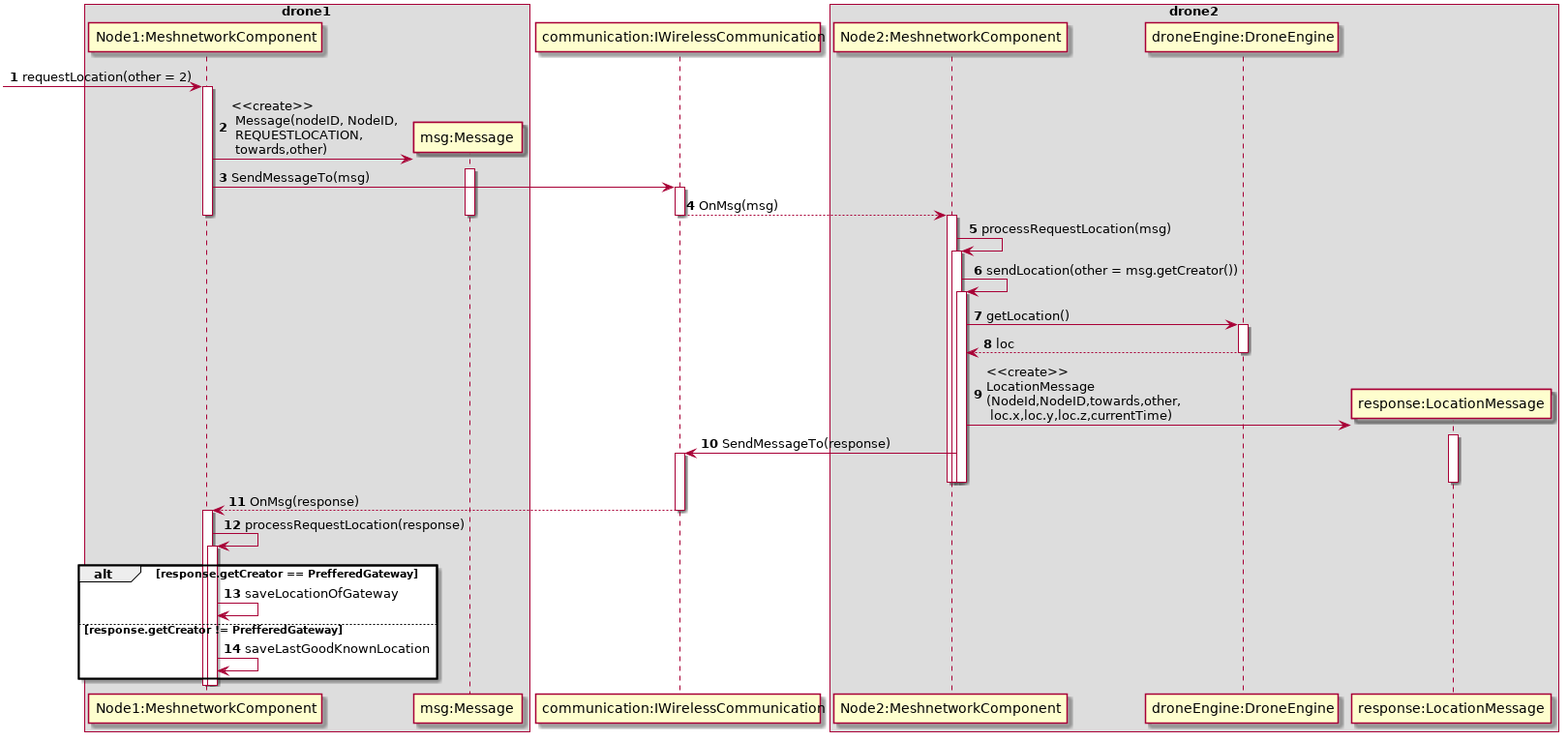
The PlantUML diagram Docs/DesignDocumenten/UML/out/Communication/Sequence/requestLocation/requestLocation.png in mauriceberentsen/Automated-Drone-Distribution-Network, before a commit.
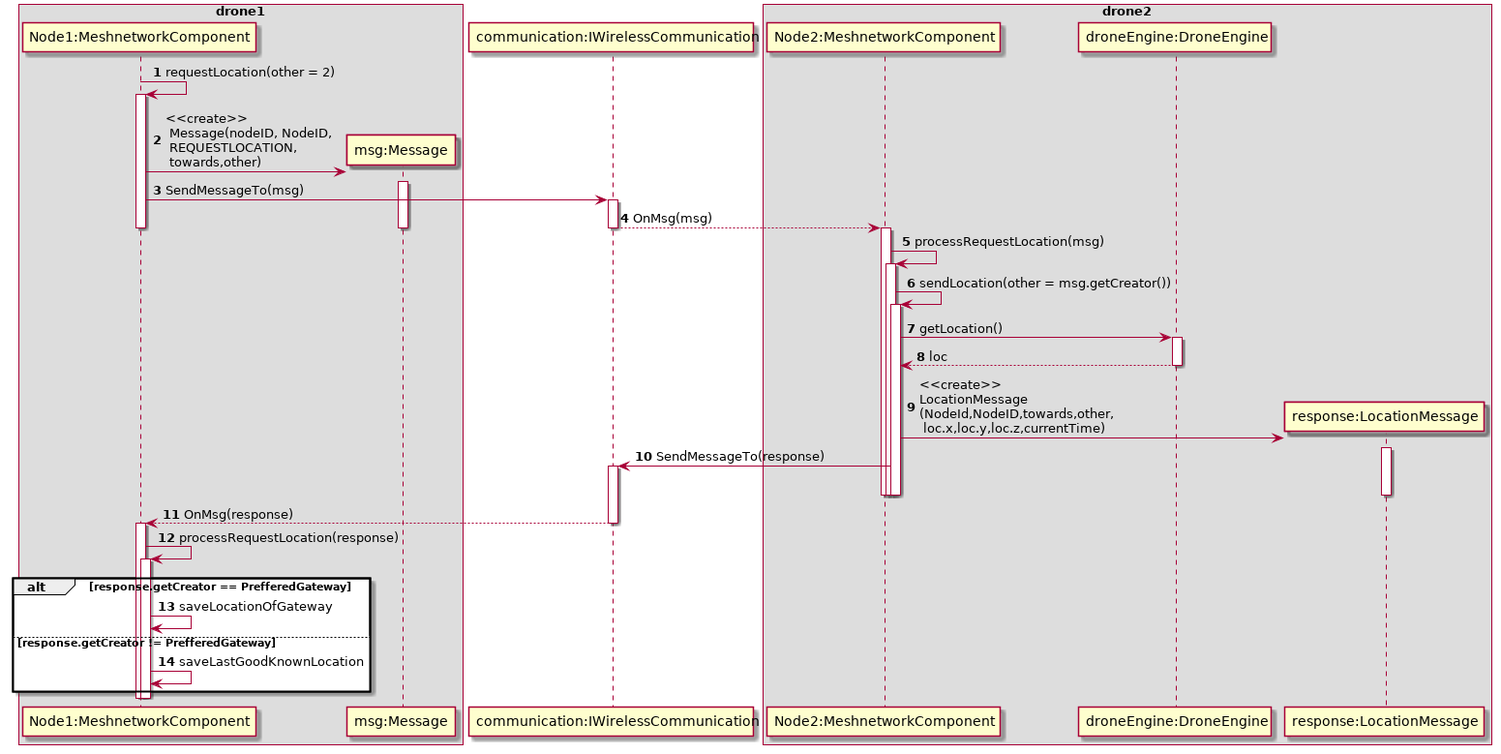
After the commit.

The edit, as a diff of the source:
```diff
@@ -16,7 +16,7 @@
 
 
 
-[-> 1 : requestLocation(other = 2)
+1-> 1 : requestLocation(other = 2)
 activate 1
 create msg
 1 -> msg ++: <<create>>\n Message(nodeID, NodeID,\n REQUESTLOCATION,\n towards,other)
```
